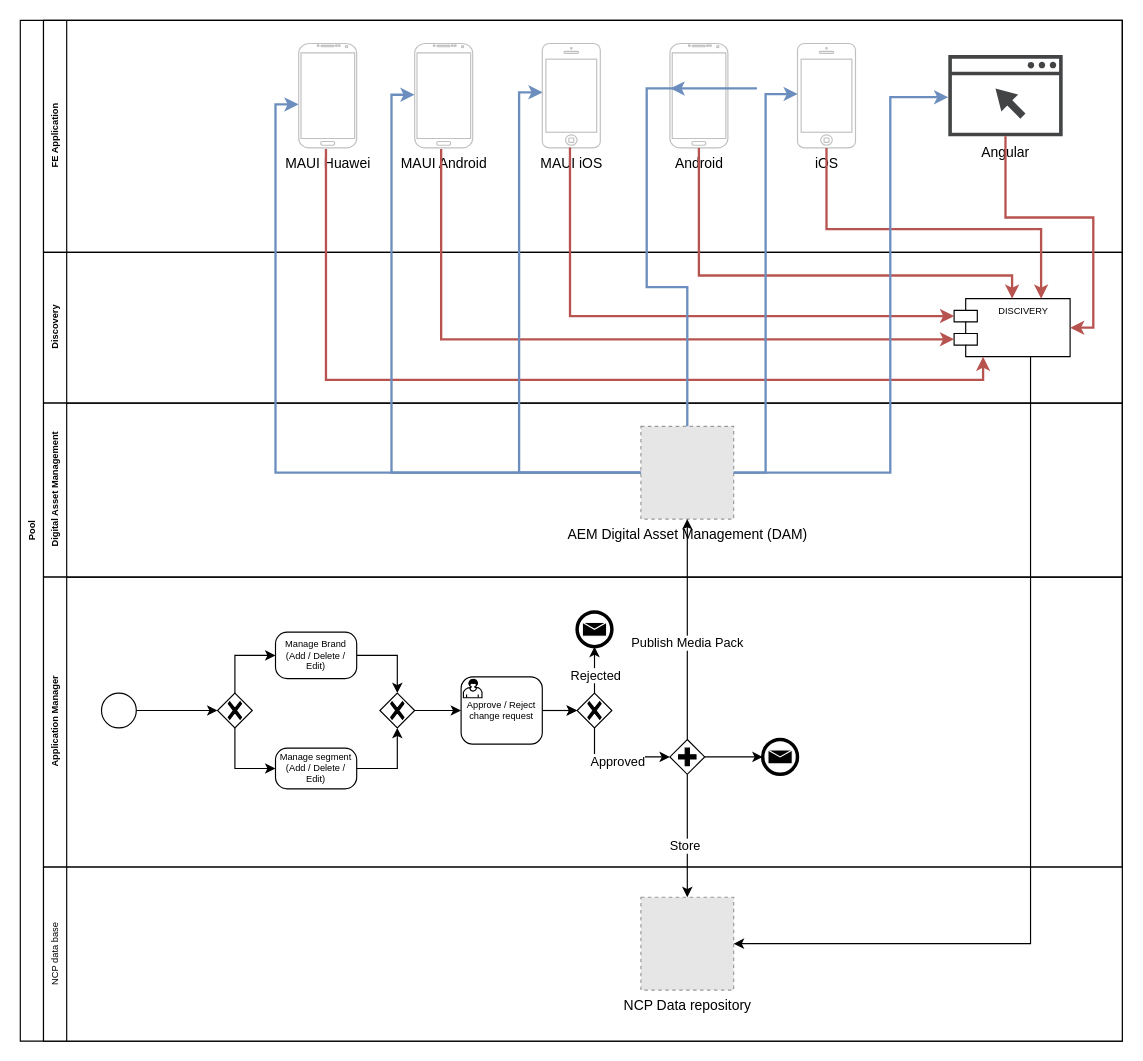
ashokdeiva/ashokdeiva keeps this draw.io diagram as Multi Brand Process flow.drawio. Above is the earlier version. Source tidied: cells renumbered, new cells numbered last; positions are measured from the earlier drawing's top-left corner, leaving out a move shared by most shapes. Both pictures are drawn from the tidied source at 116%, with x=0, y=0 at pixel (20, 20). Pictures stored in the file or linked from it are replaced by grey dashed boxes.
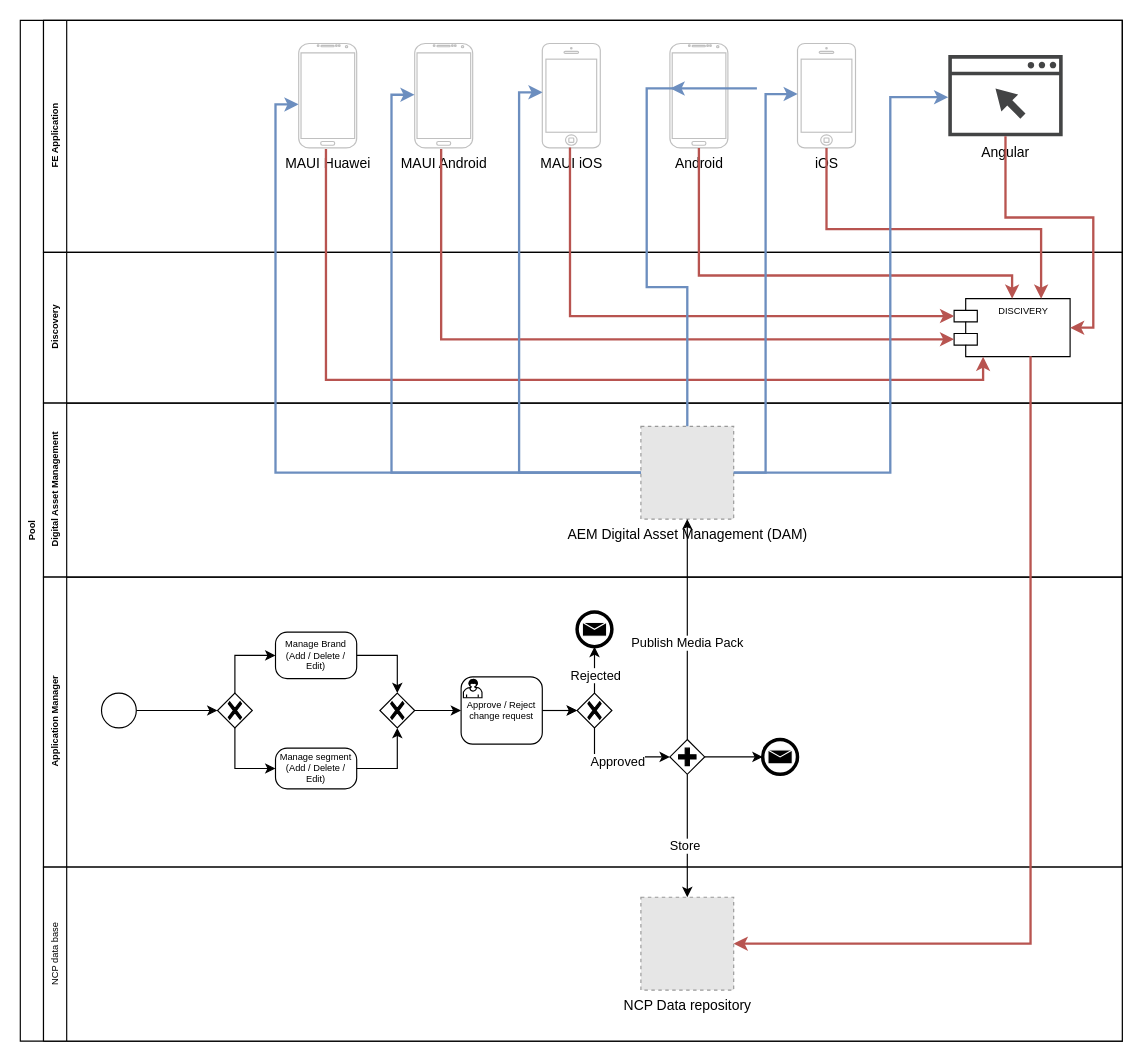
The same page after the edit.

Unchanged cells that the change refers to:
```xml
<mxCell id="2" value="Pool" style="swimlane;html=1;horizontal=0;startSize=20;whiteSpace=wrap;fontSize=8;" parent="1" vertex="1">
  <mxGeometry width="950" height="880" as="geometry" />
</mxCell>
<mxCell id="11" value="DISCIVERY" style="shape=module;align=left;spacingLeft=20;align=center;verticalAlign=top;whiteSpace=wrap;html=1;fontSize=8;" parent="10" vertex="1">
  <mxGeometry x="785" y="40" width="100" height="50" as="geometry" />
</mxCell>
<mxCell id="39" value="NCP Data repository" style="fillColor=#E6E6E6;strokeColor=#999999;dashed=1;html=1;verticalAlign=top;verticalLabelPosition=bottom;labelBackgroundColor=#ffffff;" parent="38" vertex="1">
  <mxGeometry x="515" y="26" width="80" height="80" as="geometry" />
</mxCell>
```

What changed in the source:
```diff
@@
-    <mxCell id="44" style="edgeStyle=orthogonalEdgeStyle;rounded=0;jettySize=auto;html=1;entryX=1;entryY=0.5;entryDx=0;entryDy=0;exitX=0.659;exitY=0.992;exitDx=0;exitDy=0;exitPerimeter=0;" parent="2" edge="1" source="11" target="39">
+    <mxCell id="44" style="edgeStyle=orthogonalEdgeStyle;rounded=0;jettySize=auto;html=1;entryX=1;entryY=0.5;entryDx=0;entryDy=0;exitX=0.659;exitY=0.992;exitDx=0;exitDy=0;exitPerimeter=0;fillColor=#f8cecc;strokeColor=#b85450;strokeWidth=2;" parent="2" edge="1" source="11" target="39">
       <mxGeometry relative="1" as="geometry" />
     </mxCell>
```
